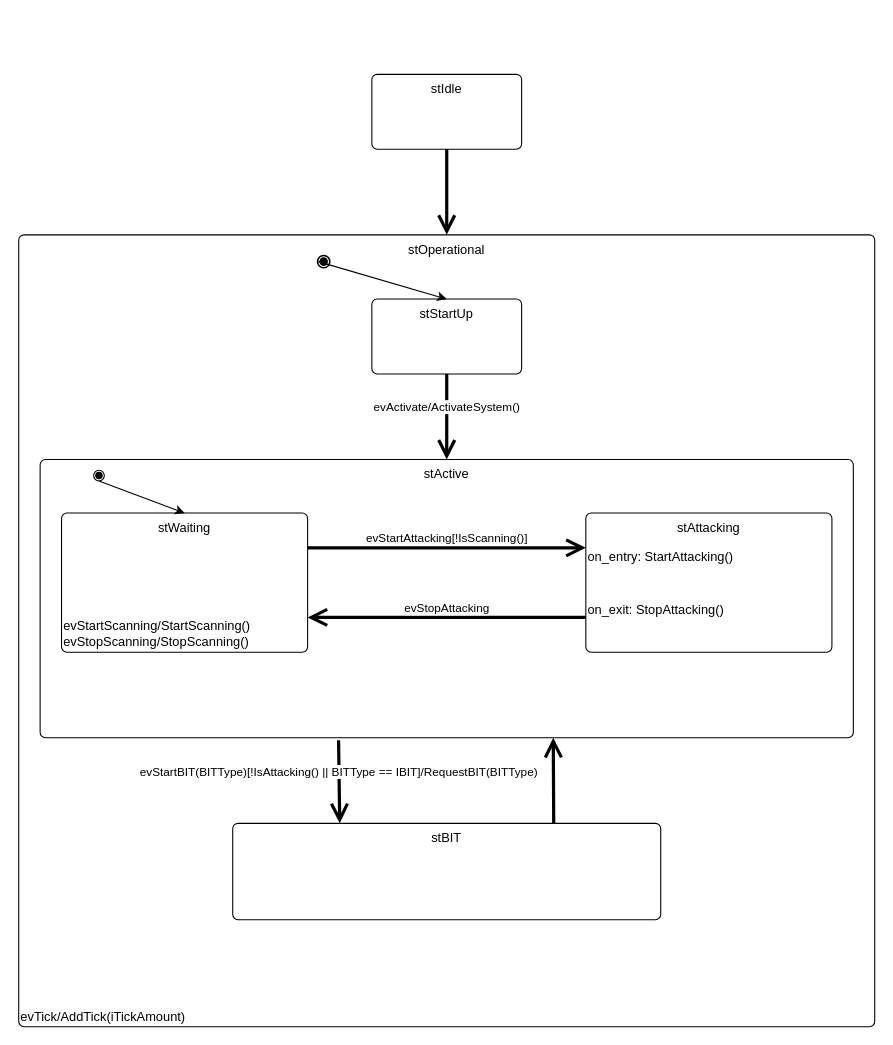
KadirEmreAVCI/HSM keeps this draw.io diagram as example/ea_manager.drawio. Above is the earlier version. Source tidied: cells renumbered, new cells numbered last; positions are measured from the earlier drawing's top-left corner, leaving out a move shared by most shapes. Both pictures are drawn from the tidied source at 107%, with x=0, y=0 at pixel (18, 74).
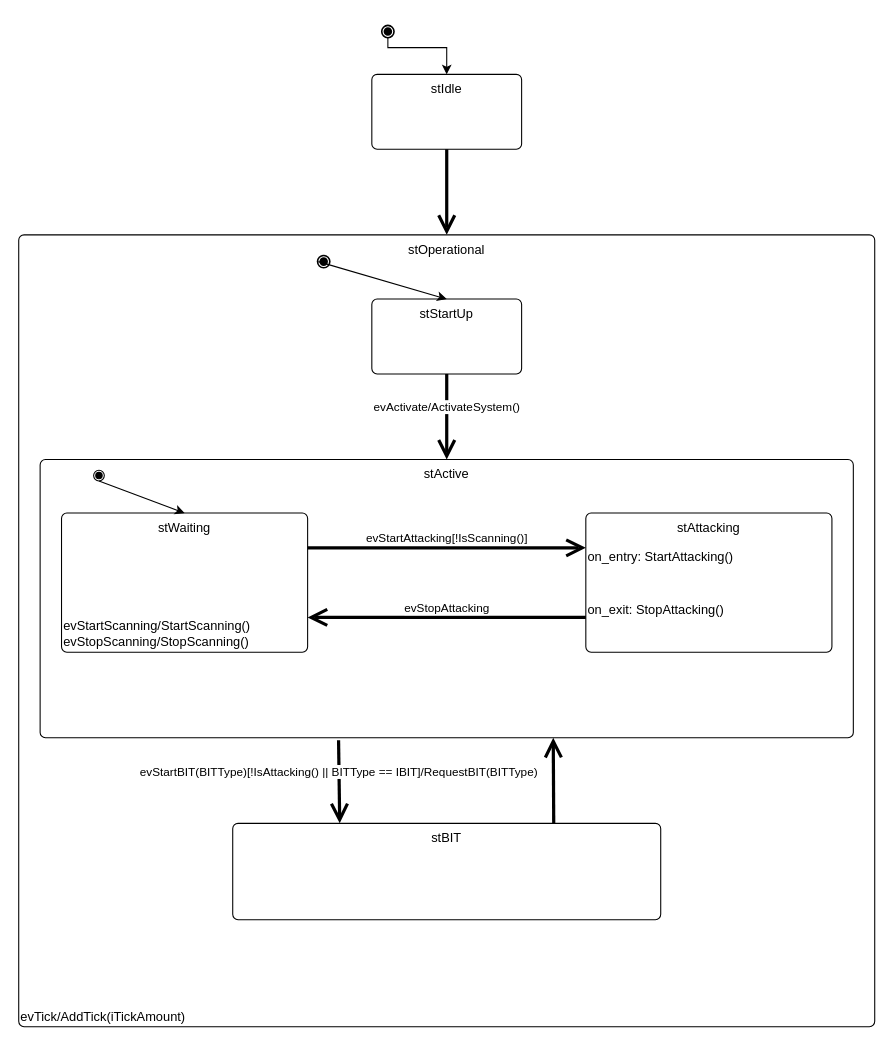
After the change.

Commit message (it also covers changes not shown here):
The png file of state machine of class ea_manager has been exported.

Unchanged cells that the change refers to:
```xml
<mxCell id="2" value="st&lt;span style=&quot;background-color: transparent; color: light-dark(rgb(0, 0, 0), rgb(255, 255, 255));&quot;&gt;Idle&lt;/span&gt;" style="html=1;align=center;verticalAlign=top;rounded=1;absoluteArcSize=1;arcSize=10;dashed=0;whiteSpace=wrap;" parent="1" vertex="1">
  <mxGeometry x="330" width="140" height="70" as="geometry" />
</mxCell>
```

Change to the diagram source:
```diff
@@
+    <mxCell id="23" style="edgeStyle=orthogonalEdgeStyle;rounded=0;jettySize=auto;html=1;exitX=0.5;exitY=0;exitDx=0;exitDy=0;exitPerimeter=0;entryX=0.5;entryY=0;entryDx=0;entryDy=0;" parent="1" edge="1" source="24" target="2">
+      <mxGeometry relative="1" as="geometry">
+        <Array as="points">
+          <mxPoint x="345" y="-25" />
+          <mxPoint x="400" y="-25" />
+        </Array>
+      </mxGeometry>
+    </mxCell>
+    <mxCell id="24" style="points=[[0.145,0.145,0],[0.5,0,0],[0.855,0.145,0],[1,0.5,0],[0.855,0.855,0],[0.5,1,0],[0.145,0.855,0],[0,0.5,0]];shape=mxgraph.bpmn.event;html=1;verticalLabelPosition=bottom;labelBackgroundColor=#ffffff;verticalAlign=top;align=center;perimeter=ellipsePerimeter;outlineConnect=0;outline=end;symbol=terminate;" parent="1" vertex="1">
+      <mxGeometry x="340" y="-45" width="10" height="10" as="geometry" />
+    </mxCell>
```
